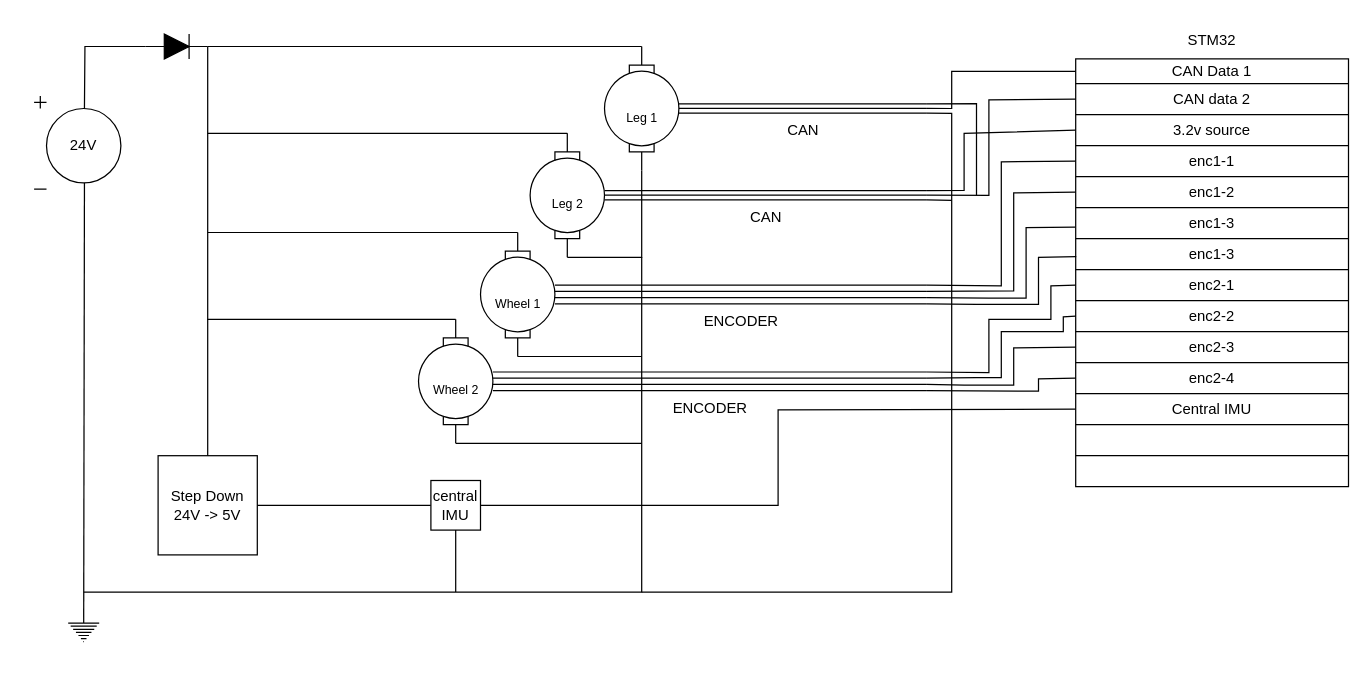
Before: Electrical Diagram.drawio in MattSamster/TR-001, a draw.io diagram. Source tidied: cells renumbered, new cells numbered last; positions are measured from the earlier drawing's top-left corner, leaving out a move shared by most shapes. Both pictures are drawn from the tidied source at 124%, with x=0, y=0 at pixel (33, 21).
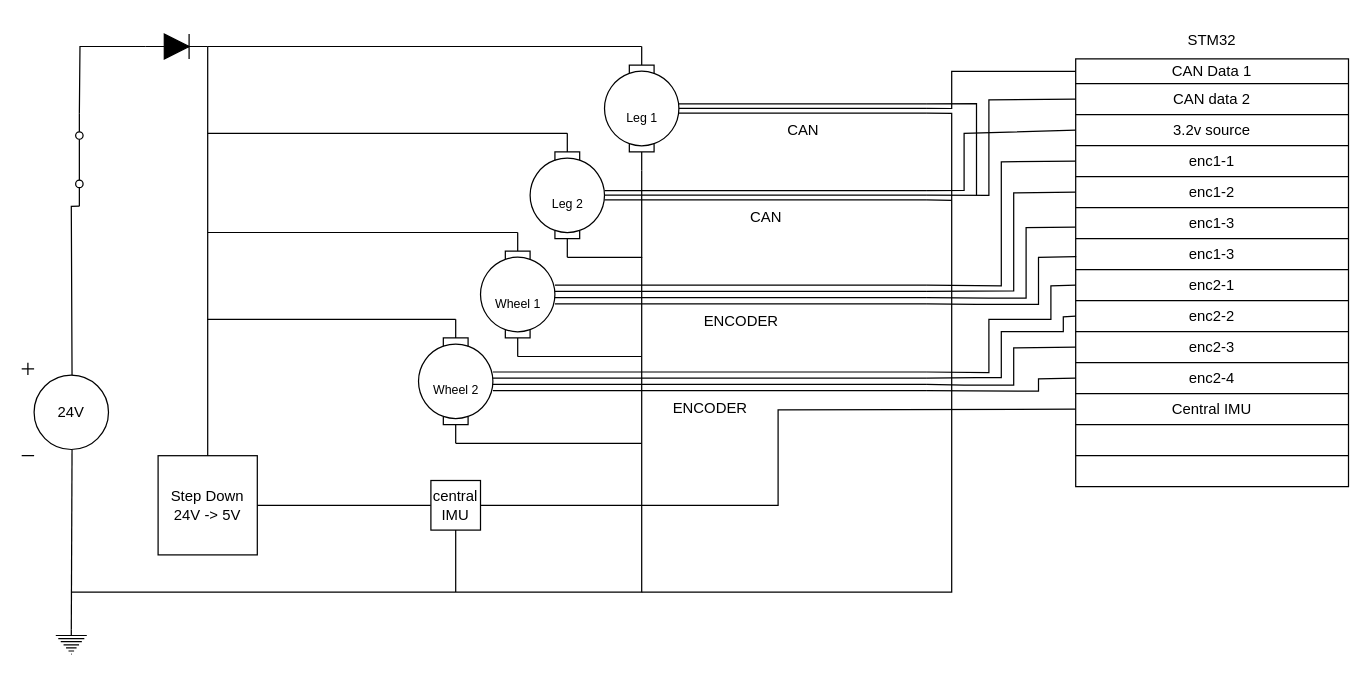
After the change.

The change refers to these unchanged cells:
```xml
<mxCell id="9" style="fillColor=strokeColor;verticalLabelPosition=bottom;shadow=0;dashed=0;align=center;html=1;verticalAlign=top;shape=mxgraph.electrical.diodes.diode;" parent="1" vertex="1">
  <mxGeometry x="90" y="10" width="50" height="20" as="geometry" />
</mxCell>
```

Diff of the diagram source:
```diff
@@
     <mxCell id="6" style="verticalLabelPosition=bottom;shadow=0;dashed=0;align=center;html=1;verticalAlign=top;shape=mxgraph.electrical.signal_sources.dc_source_1;" parent="1" vertex="1">
-      <mxGeometry y="60" width="70" height="75" as="geometry" />
+      <mxGeometry x="-10" y="275" width="70" height="75" as="geometry" />
     </mxCell>
     <mxCell id="7" value="24V" style="text;html=1;strokeColor=none;fillColor=none;align=center;verticalAlign=middle;whiteSpace=wrap;rounded=0;" parent="1" vertex="1">
-      <mxGeometry x="10" y="85" width="60" height="30" as="geometry" />
+      <mxGeometry y="300" width="60" height="30" as="geometry" />
     </mxCell>
-    <mxCell id="8" style="endArrow=none;html=1;rounded=0;exitX=0.58;exitY=0.135;exitDx=0;exitDy=0;exitPerimeter=0;" parent="1" edge="1" source="6" target="9">
+    <mxCell id="8" style="endArrow=none;html=1;rounded=0;exitX=0;exitY=0.8;exitDx=0;exitDy=0;" parent="1" edge="1" source="76" target="9">
       <mxGeometry relative="1" as="geometry">
         <Array as="points">
-          <mxPoint x="41" y="20" />
+          <mxPoint x="37" y="20" />
         </Array>
       </mxGeometry>
     </mxCell>
@@
     <mxCell id="10" style="verticalLabelPosition=bottom;shadow=0;dashed=0;align=center;html=1;verticalAlign=top;shape=mxgraph.electrical.signal_sources.protective_earth;" parent="1" vertex="1">
-      <mxGeometry x="27.5" y="480" width="25" height="20" as="geometry" />
+      <mxGeometry x="17.5" y="490" width="25" height="20" as="geometry" />
     </mxCell>
@@
     <mxCell id="20" style="endArrow=none;html=1;rounded=0;" parent="1" edge="1">
       <mxGeometry relative="1" as="geometry">
         <mxPoint x="490" y="190" as="sourcePoint" />
-        <mxPoint x="40" y="460" as="targetPoint" />
+        <mxPoint x="30" y="460" as="targetPoint" />
         <Array as="points">
           <mxPoint x="490" y="460" />
         </Array>
       </mxGeometry>
     </mxCell>
@@
+    <mxCell id="75" style="endArrow=none;html=1;rounded=0;exitX=0.58;exitY=0.135;exitDx=0;exitDy=0;exitPerimeter=0;entryX=1;entryY=0.8;entryDx=0;entryDy=0;" parent="1" edge="1" source="6" target="76">
+      <mxGeometry relative="1" as="geometry">
+        <Array as="points">
+          <mxPoint x="30" y="149" />
+        </Array>
+      </mxGeometry>
+    </mxCell>
+    <mxCell id="76" style="html=1;shape=mxgraph.electrical.electro-mechanical.singleSwitch;elSwitchState=on;direction=south;" parent="1" vertex="1">
+      <mxGeometry x="32.5" y="73.8" width="20" height="75" as="geometry" />
+    </mxCell>
```
